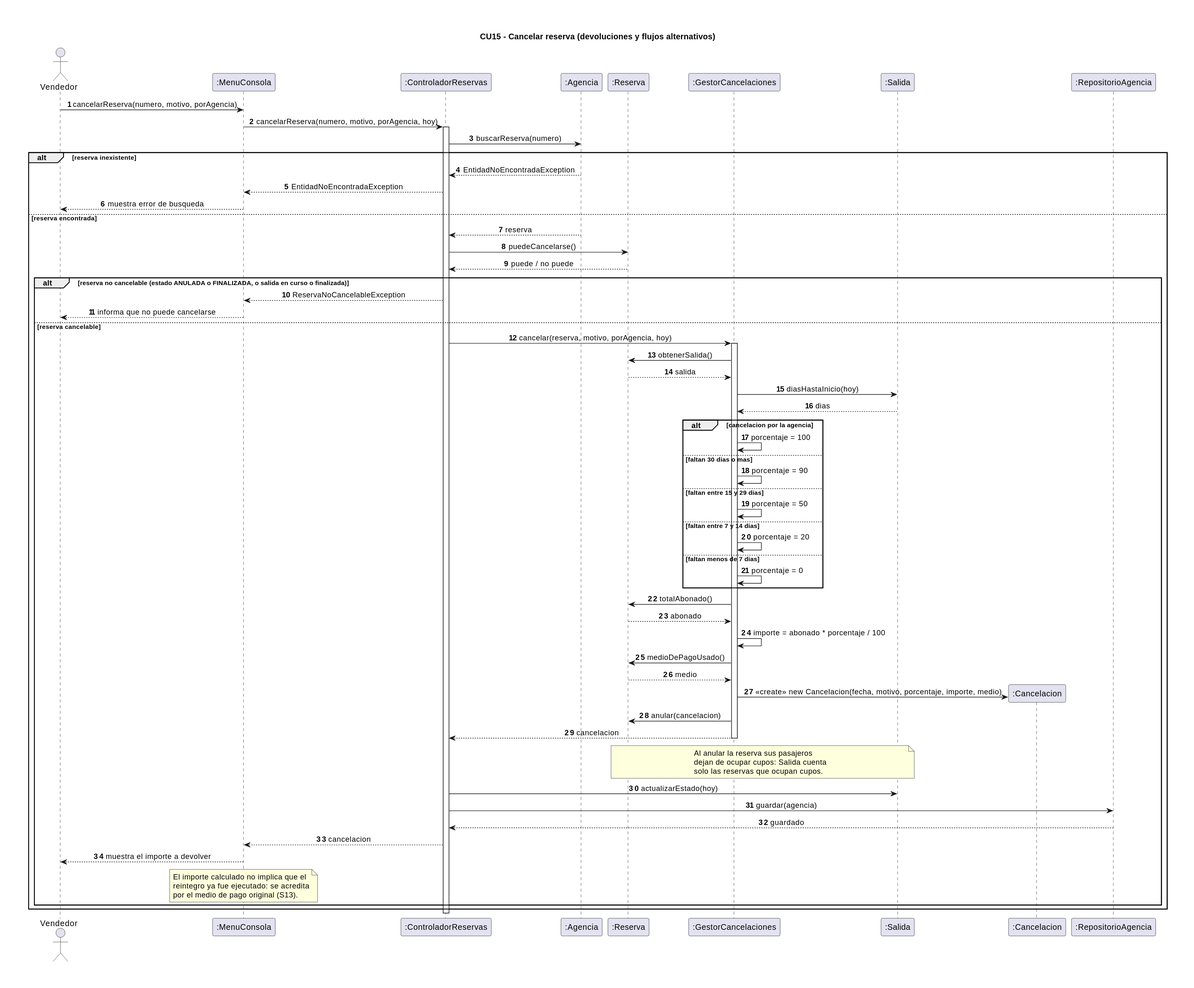
This is docs/uml/03-secuencia-cancelar-reserva.svg from CarlosDanielOK/Avion, a PlantUML export, as it was before one commit.
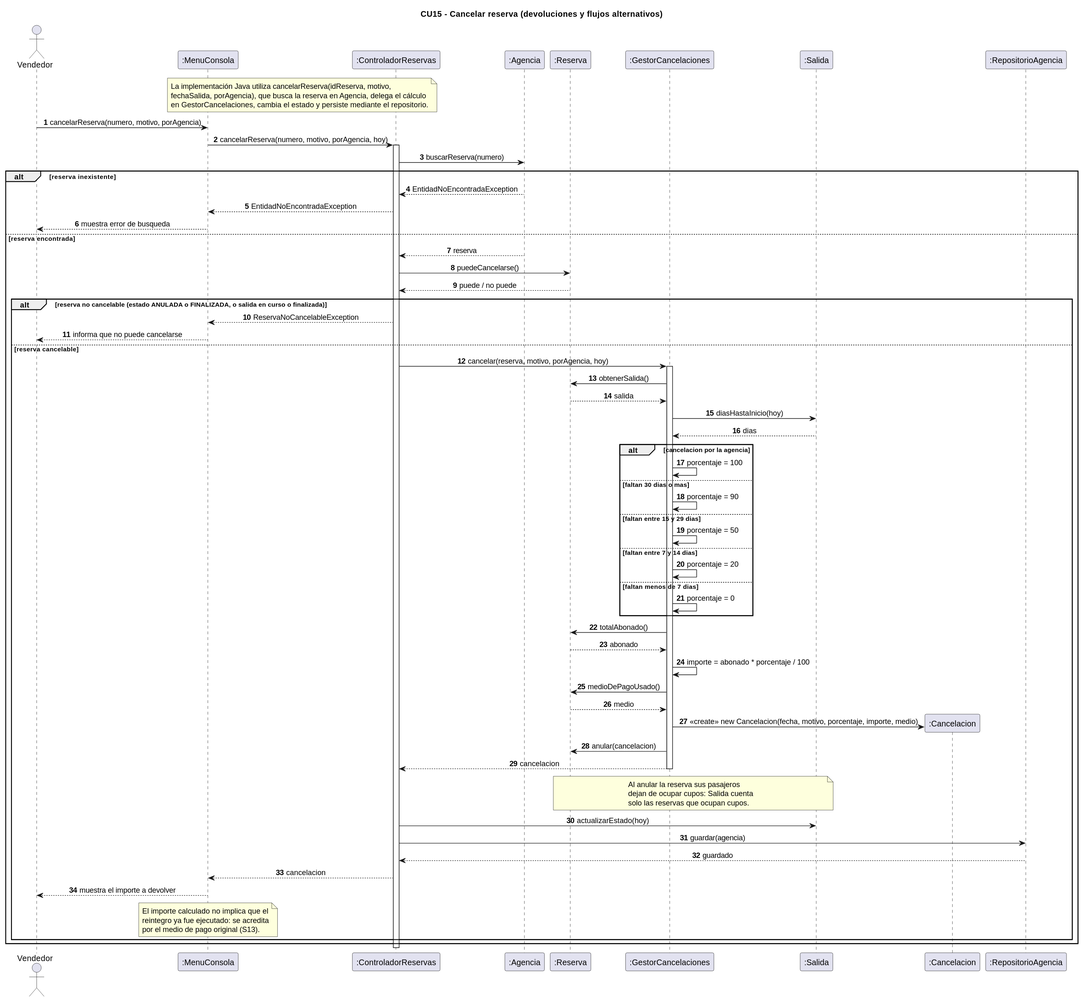
Later version of the same file.

Diff of the diagram source:
```diff
@@ -15,6 +15,12 @@
 participant ":Salida" as SAL
 participant ":Cancelacion" as CAN
 participant ":RepositorioAgencia" as REPO
+
+note over UI,CTRL
+La implementación Java utiliza cancelarReserva(idReserva, motivo,
+fechaSalida, porAgencia), que busca la reserva en Agencia, delega el cálculo
+en GestorCancelaciones, cambia el estado y persiste mediante el repositorio.
+end note
 
 Vendedor -> UI : cancelarReserva(numero, motivo, porAgencia)
 UI -> CTRL : cancelarReserva(numero, motivo, porAgencia, hoy)
```
